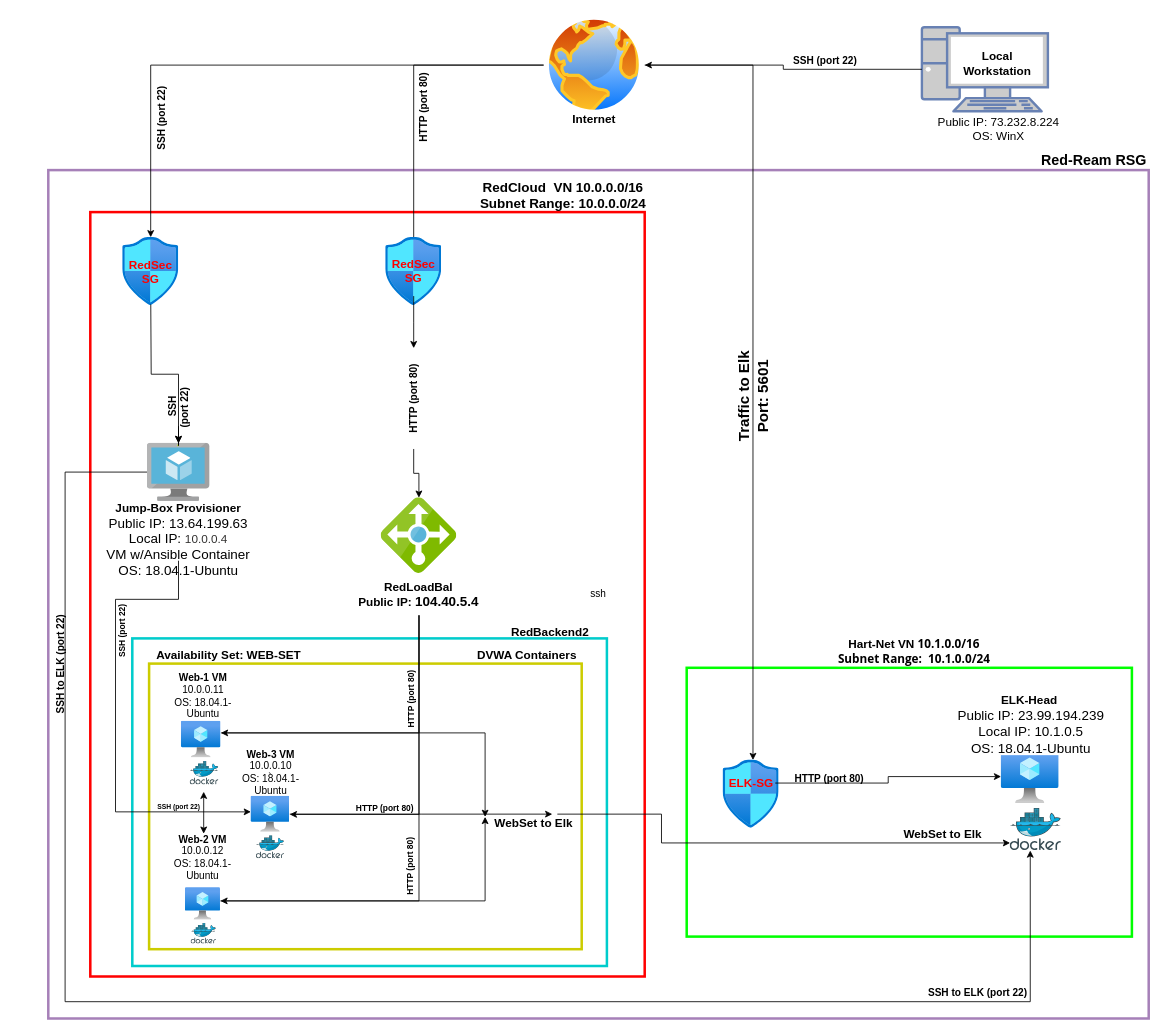
This is Images/my_azure2.drawio from 8a1anc3/ELKthis, a draw.io file, before an edit. Source tidied: cells renumbered, new cells numbered last; positions are measured from the earlier drawing's top-left corner, leaving out a move shared by most shapes. Both pictures are drawn from the tidied source at 84%, with x=0, y=0 at pixel (6, 14).
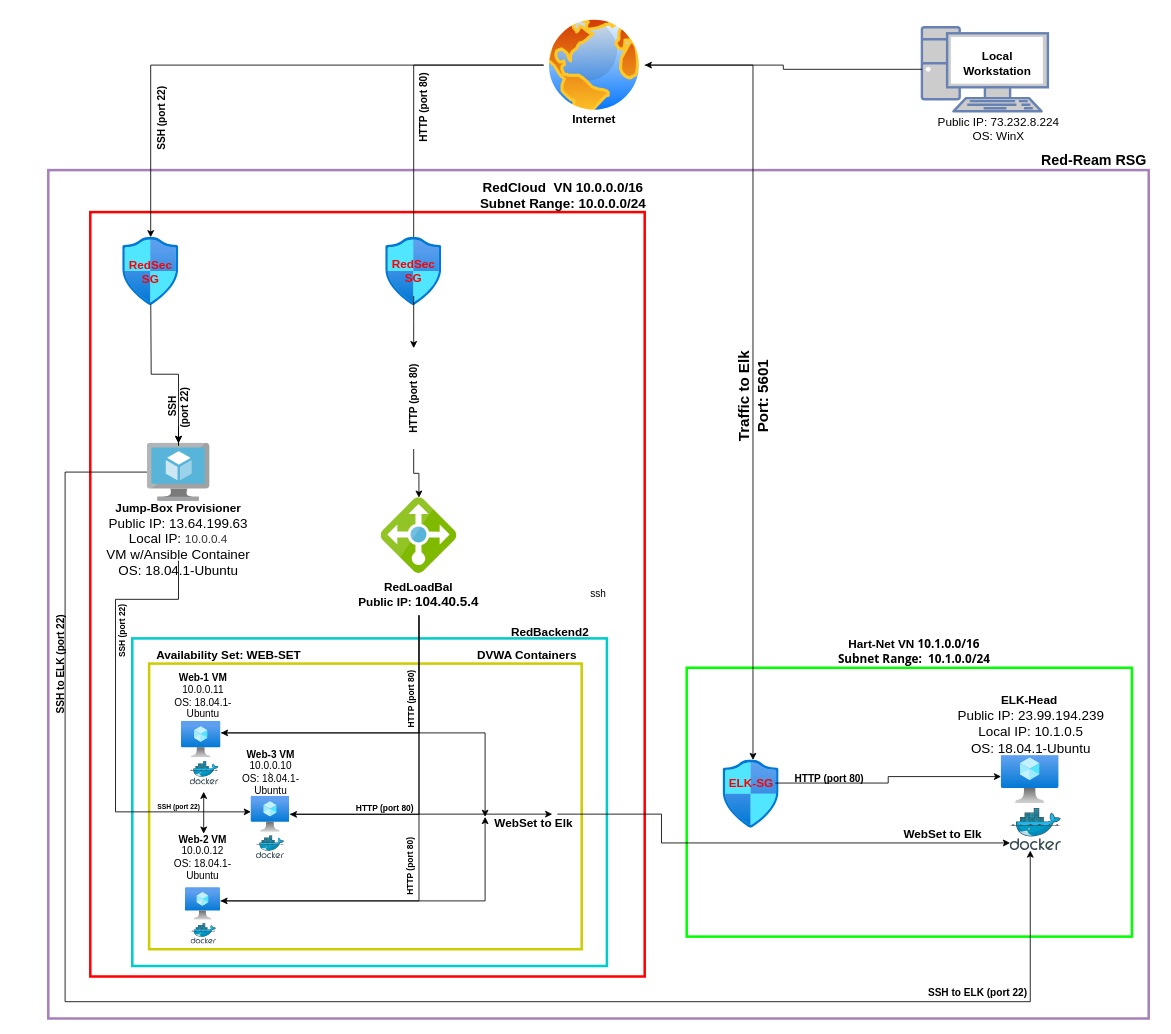
Above is the later version.

What changed in the source:
```diff
@@
-    <mxCell id="14" value="SSH (port 22)" style="text;html=1;strokeColor=none;fillColor=none;align=center;verticalAlign=middle;whiteSpace=wrap;rounded=0;fontStyle=1;fontSize=12;" parent="1" vertex="1">
-      <mxGeometry x="920" y="45" width="110" height="20" as="geometry" />
-    </mxCell>
```
